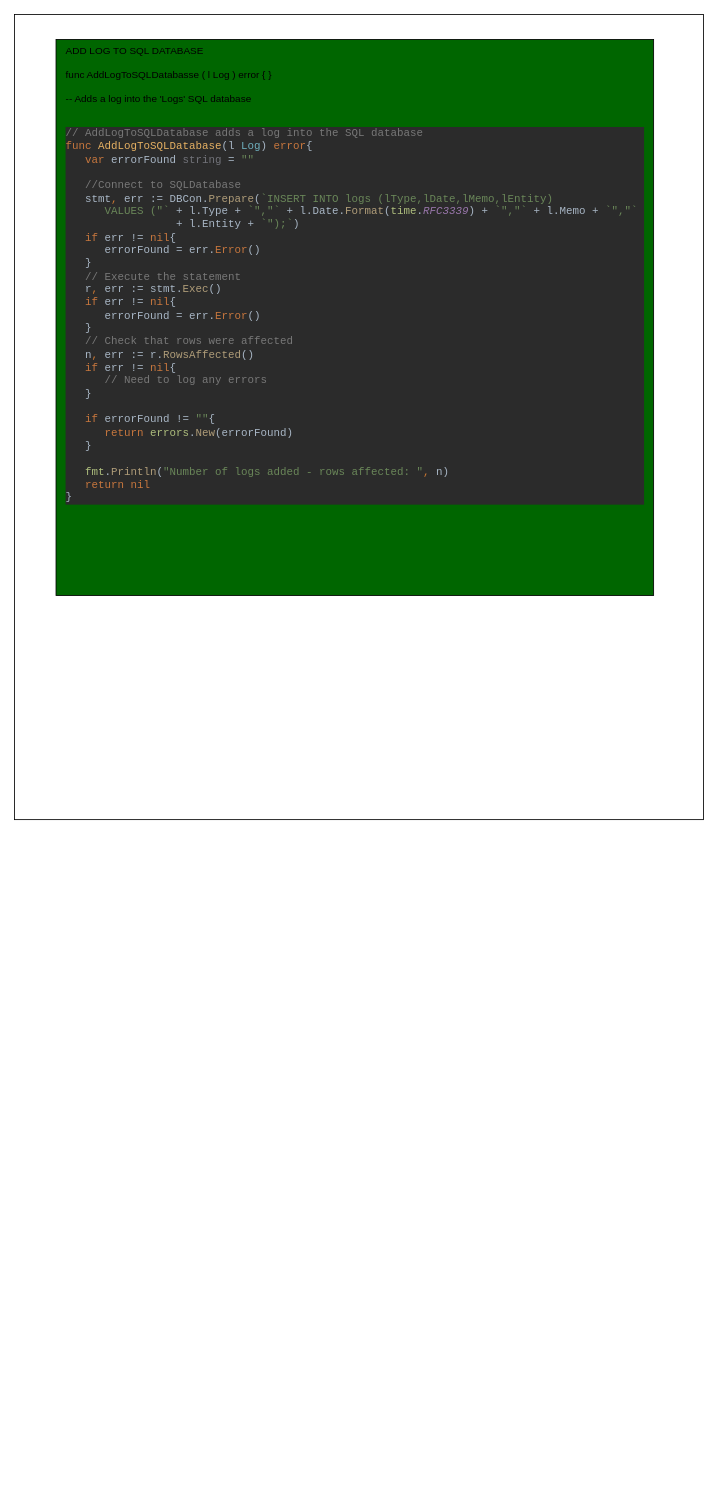
Before: LogsSQL.drawio in relicright/serverdrawing, a draw.io diagram. Source tidied: cells renumbered, new cells numbered last; positions are measured from the earlier drawing's top-left corner, leaving out a move shared by most shapes. Both pictures are drawn from the tidied source at 83%, with x=0, y=0 at pixel (14, 14).
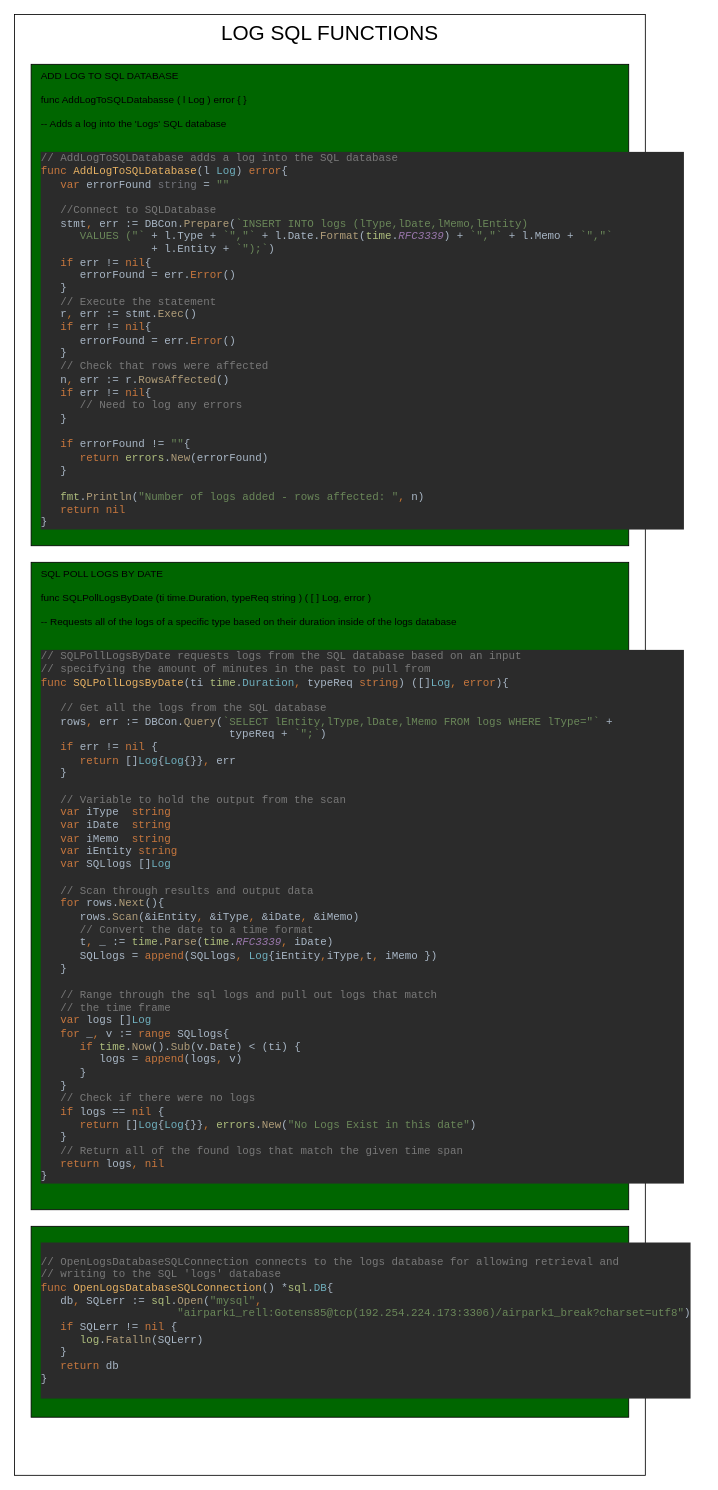
The same page after the edit.

The edit, as a diff of the source:
```diff
@@
 <mxGraphModel>
   <root>
     <mxCell id="0" />
     <mxCell id="1" parent="0" />
-    <mxCell id="2" style="rounded=0;whiteSpace=wrap;html=1;" parent="1" vertex="1">
-      <mxGeometry width="830" height="970" as="geometry" />
+    <mxCell id="2" value="&lt;font style=&quot;font-size: 25px&quot;&gt;LOG SQL FUNCTIONS&lt;/font&gt;" style="rounded=0;whiteSpace=wrap;html=1;verticalAlign=top;" parent="1" vertex="1">
+      <mxGeometry width="760" height="1760" as="geometry" />
     </mxCell>
-    <mxCell id="3" value="&lt;div&gt;ADD LOG TO SQL DATABASE&lt;br&gt;&lt;/div&gt;&lt;div&gt;&lt;br&gt;&lt;/div&gt;&lt;div&gt;func AddLogToSQLDatabasse ( l Log ) error { }&lt;br&gt;&lt;/div&gt;&lt;div&gt;&lt;br&gt;&lt;/div&gt;&lt;div&gt;-- Adds a log into the 'Logs' SQL database&lt;br&gt;&lt;/div&gt;&lt;div&gt;&lt;br&gt;&lt;/div&gt;&lt;div&gt;&lt;pre style=&quot;background-color: #2b2b2b ; color: #a9b7c6 ; font-family: &amp;#34;consolas&amp;#34; ; font-size: 9.8pt&quot;&gt;&lt;span style=&quot;color: #787878&quot;&gt;// AddLogToSQLDatabase adds a log into the SQL database&lt;br&gt;&lt;/span&gt;&lt;span style=&quot;color: #c7773e&quot;&gt;func &lt;/span&gt;&lt;span style=&quot;color: #e6b163&quot;&gt;AddLogToSQLDatabase&lt;/span&gt;(l &lt;span style=&quot;color: #6fafbd&quot;&gt;Log&lt;/span&gt;) &lt;span style=&quot;color: #c7773e&quot;&gt;error&lt;/span&gt;{&lt;br&gt;   &lt;span style=&quot;color: #c7773e&quot;&gt;var &lt;/span&gt;errorFound &lt;span style=&quot;color: #72737a&quot;&gt;string &lt;/span&gt;= &lt;span style=&quot;color: #6a8759&quot;&gt;&quot;&quot;&lt;br&gt;&lt;/span&gt;&lt;span style=&quot;color: #6a8759&quot;&gt;&lt;br&gt;&lt;/span&gt;&lt;span style=&quot;color: #6a8759&quot;&gt;   &lt;/span&gt;&lt;span style=&quot;color: #787878&quot;&gt;//Connect to SQLDatabase&lt;br&gt;&lt;/span&gt;&lt;span style=&quot;color: #787878&quot;&gt;   &lt;/span&gt;stmt&lt;span style=&quot;color: #cc7832&quot;&gt;, &lt;/span&gt;err := DBCon.&lt;span style=&quot;color: #b09d79&quot;&gt;Prepare&lt;/span&gt;(&lt;span style=&quot;color: #6a8759&quot;&gt;`INSERT INTO logs (lType,lDate,lMemo,lEntity)&lt;br&gt;&lt;/span&gt;&lt;span style=&quot;color: #6a8759&quot;&gt;      VALUES (&quot;` &lt;/span&gt;+ l.Type + &lt;span style=&quot;color: #6a8759&quot;&gt;`&quot;,&quot;` &lt;/span&gt;+ l.Date.&lt;span style=&quot;color: #b09d79&quot;&gt;Format&lt;/span&gt;(&lt;span style=&quot;color: #afbf7e&quot;&gt;time&lt;/span&gt;.&lt;span style=&quot;color: #9876aa ; font-style: italic&quot;&gt;RFC3339&lt;/span&gt;) + &lt;span style=&quot;color: #6a8759&quot;&gt;`&quot;,&quot;` &lt;/span&gt;+ l.Memo + &lt;span style=&quot;color: #6a8759&quot;&gt;`&quot;,&quot;` &lt;br&gt;&lt;/span&gt;                 + l.Entity + &lt;span style=&quot;color: #6a8759&quot;&gt;`&quot;);`&lt;/span&gt;)&lt;br&gt;   &lt;span style=&quot;color: #c7773e&quot;&gt;if &lt;/span&gt;err != &lt;span style=&quot;color: #c7773e&quot;&gt;nil&lt;/span&gt;{&lt;br&gt;      errorFound = err.&lt;span style=&quot;color: #c7773e&quot;&gt;Error&lt;/span&gt;()&lt;br&gt;   }&lt;br&gt;   &lt;span style=&quot;color: #787878&quot;&gt;// Execute the statement&lt;br&gt;&lt;/span&gt;&lt;span style=&quot;color: #787878&quot;&gt;   &lt;/span&gt;r&lt;span style=&quot;color: #cc7832&quot;&gt;, &lt;/span&gt;err := stmt.&lt;span style=&quot;color: #b09d79&quot;&gt;Exec&lt;/span&gt;()&lt;br&gt;   &lt;span style=&quot;color: #c7773e&quot;&gt;if &lt;/span&gt;err != &lt;span style=&quot;color: #c7773e&quot;&gt;nil&lt;/span&gt;{&lt;br&gt;      errorFound = err.&lt;span style=&quot;color: #c7773e&quot;&gt;Error&lt;/span&gt;()&lt;br&gt;   }&lt;br&gt;   &lt;span style=&quot;color: #787878&quot;&gt;// Check that rows were affected&lt;br&gt;&lt;/span&gt;&lt;span style=&quot;color: #787878&quot;&gt;   &lt;/span&gt;n&lt;span style=&quot;color: #cc7832&quot;&gt;, &lt;/span&gt;err := r.&lt;span style=&quot;color: #b09d79&quot;&gt;RowsAffected&lt;/span&gt;()&lt;br&gt;   &lt;span style=&quot;color: #c7773e&quot;&gt;if &lt;/span&gt;err != &lt;span style=&quot;color: #c7773e&quot;&gt;nil&lt;/span&gt;{&lt;br&gt;      &lt;span style=&quot;color: #787878&quot;&gt;// Need to log any errors&lt;br&gt;&lt;/span&gt;&lt;span style=&quot;color: #787878&quot;&gt;   &lt;/span&gt;}&lt;br&gt;&lt;br&gt;   &lt;span style=&quot;color: #c7773e&quot;&gt;if &lt;/span&gt;errorFound != &lt;span style=&quot;color: #6a8759&quot;&gt;&quot;&quot;&lt;/span&gt;{&lt;br&gt;      &lt;span style=&quot;color: #c7773e&quot;&gt;return &lt;/span&gt;&lt;span style=&quot;color: #afbf7e&quot;&gt;errors&lt;/span&gt;.&lt;span style=&quot;color: #b09d79&quot;&gt;New&lt;/span&gt;(errorFound)&lt;br&gt;   }&lt;br&gt;&lt;br&gt;   &lt;span style=&quot;color: #afbf7e&quot;&gt;fmt&lt;/span&gt;.&lt;span style=&quot;color: #b09d79&quot;&gt;Println&lt;/span&gt;(&lt;span style=&quot;color: #6a8759&quot;&gt;&quot;Number of logs added - rows affected: &quot;&lt;/span&gt;&lt;span style=&quot;color: #cc7832&quot;&gt;, &lt;/span&gt;n)&lt;br&gt;   &lt;span style=&quot;color: #c7773e&quot;&gt;return nil&lt;br&gt;&lt;/span&gt;}&lt;/pre&gt;&lt;/div&gt;&lt;div&gt;&lt;br&gt;&lt;br&gt;&lt;/div&gt;" style="rounded=0;whiteSpace=wrap;html=1;fillColor=#006600;align=left;verticalAlign=top;spacingLeft=10;" parent="1" vertex="1">
-      <mxGeometry x="50" y="30" width="720" height="670" as="geometry" />
+    <mxCell id="3" value="&lt;div&gt;ADD LOG TO SQL DATABASE&lt;br&gt;&lt;/div&gt;&lt;div&gt;&lt;br&gt;&lt;/div&gt;&lt;div&gt;func AddLogToSQLDatabasse ( l Log ) error { }&lt;br&gt;&lt;/div&gt;&lt;div&gt;&lt;br&gt;&lt;/div&gt;&lt;div&gt;-- Adds a log into the 'Logs' SQL database&lt;br&gt;&lt;/div&gt;&lt;div&gt;&lt;br&gt;&lt;/div&gt;&lt;div&gt;&lt;pre style=&quot;background-color: #2b2b2b ; color: #a9b7c6 ; font-family: &amp;#34;consolas&amp;#34; ; font-size: 9.8pt&quot;&gt;&lt;span style=&quot;color: #787878&quot;&gt;// AddLogToSQLDatabase adds a log into the SQL database&lt;br&gt;&lt;/span&gt;&lt;span style=&quot;color: #c7773e&quot;&gt;func &lt;/span&gt;&lt;span style=&quot;color: #e6b163&quot;&gt;AddLogToSQLDatabase&lt;/span&gt;(l &lt;span style=&quot;color: #6fafbd&quot;&gt;Log&lt;/span&gt;) &lt;span style=&quot;color: #c7773e&quot;&gt;error&lt;/span&gt;{&lt;br&gt;   &lt;span style=&quot;color: #c7773e&quot;&gt;var &lt;/span&gt;errorFound &lt;span style=&quot;color: #72737a&quot;&gt;string &lt;/span&gt;= &lt;span style=&quot;color: #6a8759&quot;&gt;&quot;&quot;&lt;br&gt;&lt;/span&gt;&lt;span style=&quot;color: #6a8759&quot;&gt;&lt;br&gt;&lt;/span&gt;&lt;span style=&quot;color: #6a8759&quot;&gt;   &lt;/span&gt;&lt;span style=&quot;color: #787878&quot;&gt;//Connect to SQLDatabase&lt;br&gt;&lt;/span&gt;&lt;span style=&quot;color: #787878&quot;&gt;   &lt;/span&gt;stmt&lt;span style=&quot;color: #cc7832&quot;&gt;, &lt;/span&gt;err := DBCon.&lt;span style=&quot;color: #b09d79&quot;&gt;Prepare&lt;/span&gt;(&lt;span style=&quot;color: #6a8759&quot;&gt;`INSERT INTO logs (lType,lDate,lMemo,lEntity)&lt;br&gt;&lt;/span&gt;&lt;span style=&quot;color: #6a8759&quot;&gt;      VALUES (&quot;` &lt;/span&gt;+ l.Type + &lt;span style=&quot;color: #6a8759&quot;&gt;`&quot;,&quot;` &lt;/span&gt;+ l.Date.&lt;span style=&quot;color: #b09d79&quot;&gt;Format&lt;/span&gt;(&lt;span style=&quot;color: #afbf7e&quot;&gt;time&lt;/span&gt;.&lt;span style=&quot;color: #9876aa ; font-style: italic&quot;&gt;RFC3339&lt;/span&gt;) + &lt;span style=&quot;color: #6a8759&quot;&gt;`&quot;,&quot;` &lt;/span&gt;+ l.Memo + &lt;span style=&quot;color: #6a8759&quot;&gt;`&quot;,&quot;`           &lt;br&gt;&lt;/span&gt;                 + l.Entity + &lt;span style=&quot;color: #6a8759&quot;&gt;`&quot;);`&lt;/span&gt;)&lt;br&gt;   &lt;span style=&quot;color: #c7773e&quot;&gt;if &lt;/span&gt;err != &lt;span style=&quot;color: #c7773e&quot;&gt;nil&lt;/span&gt;{&lt;br&gt;      errorFound = err.&lt;span style=&quot;color: #c7773e&quot;&gt;Error&lt;/span&gt;()&lt;br&gt;   }&lt;br&gt;   &lt;span style=&quot;color: #787878&quot;&gt;// Execute the statement&lt;br&gt;&lt;/span&gt;&lt;span style=&quot;color: #787878&quot;&gt;   &lt;/span&gt;r&lt;span style=&quot;color: #cc7832&quot;&gt;, &lt;/span&gt;err := stmt.&lt;span style=&quot;color: #b09d79&quot;&gt;Exec&lt;/span&gt;()&lt;br&gt;   &lt;span style=&quot;color: #c7773e&quot;&gt;if &lt;/span&gt;err != &lt;span style=&quot;color: #c7773e&quot;&gt;nil&lt;/span&gt;{&lt;br&gt;      errorFound = err.&lt;span style=&quot;color: #c7773e&quot;&gt;Error&lt;/span&gt;()&lt;br&gt;   }&lt;br&gt;   &lt;span style=&quot;color: #787878&quot;&gt;// Check that rows were affected&lt;br&gt;&lt;/span&gt;&lt;span style=&quot;color: #787878&quot;&gt;   &lt;/span&gt;n&lt;span style=&quot;color: #cc7832&quot;&gt;, &lt;/span&gt;err := r.&lt;span style=&quot;color: #b09d79&quot;&gt;RowsAffected&lt;/span&gt;()&lt;br&gt;   &lt;span style=&quot;color: #c7773e&quot;&gt;if &lt;/span&gt;err != &lt;span style=&quot;color: #c7773e&quot;&gt;nil&lt;/span&gt;{&lt;br&gt;      &lt;span style=&quot;color: #787878&quot;&gt;// Need to log any errors&lt;br&gt;&lt;/span&gt;&lt;span style=&quot;color: #787878&quot;&gt;   &lt;/span&gt;}&lt;br&gt;&lt;br&gt;   &lt;span style=&quot;color: #c7773e&quot;&gt;if &lt;/span&gt;errorFound != &lt;span style=&quot;color: #6a8759&quot;&gt;&quot;&quot;&lt;/span&gt;{&lt;br&gt;      &lt;span style=&quot;color: #c7773e&quot;&gt;return &lt;/span&gt;&lt;span style=&quot;color: #afbf7e&quot;&gt;errors&lt;/span&gt;.&lt;span style=&quot;color: #b09d79&quot;&gt;New&lt;/span&gt;(errorFound)&lt;br&gt;   }&lt;br&gt;&lt;br&gt;   &lt;span style=&quot;color: #afbf7e&quot;&gt;fmt&lt;/span&gt;.&lt;span style=&quot;color: #b09d79&quot;&gt;Println&lt;/span&gt;(&lt;span style=&quot;color: #6a8759&quot;&gt;&quot;Number of logs added - rows affected: &quot;&lt;/span&gt;&lt;span style=&quot;color: #cc7832&quot;&gt;, &lt;/span&gt;n)&lt;br&gt;   &lt;span style=&quot;color: #c7773e&quot;&gt;return nil&lt;br&gt;&lt;/span&gt;}&lt;/pre&gt;&lt;/div&gt;&lt;div&gt;&lt;br&gt;&lt;br&gt;&lt;/div&gt;" style="rounded=0;whiteSpace=wrap;html=1;fillColor=#006600;align=left;verticalAlign=top;spacingLeft=10;" parent="1" vertex="1">
+      <mxGeometry x="20" y="60" width="720" height="580" as="geometry" />
     </mxCell>
+    <mxCell id="4" value="&lt;div&gt;SQL POLL LOGS BY DATE&lt;br&gt;&lt;/div&gt;&lt;div&gt;&lt;br&gt;&lt;/div&gt;&lt;div&gt;func SQLPollLogsByDate (ti time.Duration, typeReq string ) ( [ ] Log, error )&lt;br&gt;&lt;/div&gt;&lt;div&gt;&lt;br&gt;&lt;/div&gt;&lt;div&gt;-- Requests all of the logs of a specific type based on their duration inside of the logs database&lt;br&gt;&lt;/div&gt;&lt;div&gt;&lt;br&gt;&lt;/div&gt;&lt;div&gt;&lt;pre style=&quot;background-color: #2b2b2b ; color: #a9b7c6 ; font-family: &amp;#34;consolas&amp;#34; ; font-size: 9.8pt&quot;&gt;&lt;span style=&quot;color: #787878&quot;&gt;// SQLPollLogsByDate requests logs from the SQL database based on an input&lt;br&gt;&lt;/span&gt;&lt;span style=&quot;color: #787878&quot;&gt;// specifying the amount of minutes in the past to pull from&lt;br&gt;&lt;/span&gt;&lt;span style=&quot;color: #c7773e&quot;&gt;func &lt;/span&gt;&lt;span style=&quot;color: #e6b163&quot;&gt;SQLPollLogsByDate&lt;/span&gt;(ti &lt;span style=&quot;color: #afbf7e&quot;&gt;time&lt;/span&gt;.&lt;span style=&quot;color: #6fafbd&quot;&gt;Duration&lt;/span&gt;&lt;span style=&quot;color: #cc7832&quot;&gt;, &lt;/span&gt;typeReq &lt;span style=&quot;color: #c7773e&quot;&gt;string&lt;/span&gt;) ([]&lt;span style=&quot;color: #6fafbd&quot;&gt;Log&lt;/span&gt;&lt;span style=&quot;color: #cc7832&quot;&gt;, &lt;/span&gt;&lt;span style=&quot;color: #c7773e&quot;&gt;error&lt;/span&gt;){&lt;br&gt;&lt;br&gt;   &lt;span style=&quot;color: #787878&quot;&gt;// Get all the logs from the SQL database&lt;br&gt;&lt;/span&gt;&lt;span style=&quot;color: #787878&quot;&gt;   &lt;/span&gt;rows&lt;span style=&quot;color: #cc7832&quot;&gt;, &lt;/span&gt;err := DBCon.&lt;span style=&quot;color: #b09d79&quot;&gt;Query&lt;/span&gt;(&lt;span style=&quot;color: #6a8759&quot;&gt;`SELECT lEntity,lType,lDate,lMemo FROM logs WHERE lType=&quot;` &lt;/span&gt;+           &lt;br&gt;                             typeReq + &lt;span style=&quot;color: #6a8759&quot;&gt;`&quot;;`&lt;/span&gt;)&lt;br&gt;   &lt;span style=&quot;color: #c7773e&quot;&gt;if &lt;/span&gt;err != &lt;span style=&quot;color: #c7773e&quot;&gt;nil &lt;/span&gt;{&lt;br&gt;      &lt;span style=&quot;color: #c7773e&quot;&gt;return &lt;/span&gt;[]&lt;span style=&quot;color: #6fafbd&quot;&gt;Log&lt;/span&gt;{&lt;span style=&quot;color: #6fafbd&quot;&gt;Log&lt;/span&gt;{}}&lt;span style=&quot;color: #cc7832&quot;&gt;, &lt;/span&gt;err&lt;br&gt;   }&lt;br&gt;&lt;br&gt;   &lt;span style=&quot;color: #787878&quot;&gt;// Variable to hold the output from the scan&lt;br&gt;&lt;/span&gt;&lt;span style=&quot;color: #787878&quot;&gt;   &lt;/span&gt;&lt;span style=&quot;color: #c7773e&quot;&gt;var &lt;/span&gt;iType  &lt;span style=&quot;color: #c7773e&quot;&gt;string&lt;br&gt;&lt;/span&gt;&lt;span style=&quot;color: #c7773e&quot;&gt;   var &lt;/span&gt;iDate  &lt;span style=&quot;color: #c7773e&quot;&gt;string&lt;br&gt;&lt;/span&gt;&lt;span style=&quot;color: #c7773e&quot;&gt;   var &lt;/span&gt;iMemo  &lt;span style=&quot;color: #c7773e&quot;&gt;string&lt;br&gt;&lt;/span&gt;&lt;span style=&quot;color: #c7773e&quot;&gt;   var &lt;/span&gt;iEntity &lt;span style=&quot;color: #c7773e&quot;&gt;string&lt;br&gt;&lt;/span&gt;&lt;span style=&quot;color: #c7773e&quot;&gt;   var &lt;/span&gt;SQLlogs []&lt;span style=&quot;color: #6fafbd&quot;&gt;Log&lt;br&gt;&lt;/span&gt;&lt;span style=&quot;color: #6fafbd&quot;&gt;&lt;br&gt;&lt;/span&gt;&lt;span style=&quot;color: #6fafbd&quot;&gt;   &lt;/span&gt;&lt;span style=&quot;color: #787878&quot;&gt;// Scan through results and output data&lt;br&gt;&lt;/span&gt;&lt;span style=&quot;color: #787878&quot;&gt;   &lt;/span&gt;&lt;span style=&quot;color: #c7773e&quot;&gt;for &lt;/span&gt;rows.&lt;span style=&quot;color: #b09d79&quot;&gt;Next&lt;/span&gt;(){&lt;br&gt;      rows.&lt;span style=&quot;color: #b09d79&quot;&gt;Scan&lt;/span&gt;(&amp;amp;iEntity&lt;span style=&quot;color: #cc7832&quot;&gt;, &lt;/span&gt;&amp;amp;iType&lt;span style=&quot;color: #cc7832&quot;&gt;, &lt;/span&gt;&amp;amp;iDate&lt;span style=&quot;color: #cc7832&quot;&gt;, &lt;/span&gt;&amp;amp;iMemo)&lt;br&gt;      &lt;span style=&quot;color: #787878&quot;&gt;// Convert the date to a time format&lt;br&gt;&lt;/span&gt;&lt;span style=&quot;color: #787878&quot;&gt;      &lt;/span&gt;t&lt;span style=&quot;color: #cc7832&quot;&gt;, &lt;/span&gt;_ := &lt;span style=&quot;color: #afbf7e&quot;&gt;time&lt;/span&gt;.&lt;span style=&quot;color: #b09d79&quot;&gt;Parse&lt;/span&gt;(&lt;span style=&quot;color: #afbf7e&quot;&gt;time&lt;/span&gt;.&lt;span style=&quot;color: #9876aa ; font-style: italic&quot;&gt;RFC3339&lt;/span&gt;&lt;span style=&quot;color: #cc7832&quot;&gt;, &lt;/span&gt;iDate)&lt;br&gt;      SQLlogs = &lt;span style=&quot;color: #c7773e&quot;&gt;append&lt;/span&gt;(SQLlogs&lt;span style=&quot;color: #cc7832&quot;&gt;, &lt;/span&gt;&lt;span style=&quot;color: #6fafbd&quot;&gt;Log&lt;/span&gt;{iEntity&lt;span style=&quot;color: #cc7832&quot;&gt;,&lt;/span&gt;iType&lt;span style=&quot;color: #cc7832&quot;&gt;,&lt;/span&gt;t&lt;span style=&quot;color: #cc7832&quot;&gt;, &lt;/span&gt;iMemo })&lt;br&gt;   }&lt;br&gt;&lt;br&gt;   &lt;span style=&quot;color: #787878&quot;&gt;// Range through the sql logs and pull out logs that match&lt;br&gt;&lt;/span&gt;&lt;span style=&quot;color: #787878&quot;&gt;   // the time frame&lt;br&gt;&lt;/span&gt;&lt;span style=&quot;color: #787878&quot;&gt;   &lt;/span&gt;&lt;span style=&quot;color: #c7773e&quot;&gt;var &lt;/span&gt;logs []&lt;span style=&quot;color: #6fafbd&quot;&gt;Log&lt;br&gt;&lt;/span&gt;&lt;span style=&quot;color: #6fafbd&quot;&gt;   &lt;/span&gt;&lt;span style=&quot;color: #c7773e&quot;&gt;for &lt;/span&gt;_&lt;span style=&quot;color: #cc7832&quot;&gt;, &lt;/span&gt;v := &lt;span style=&quot;color: #c7773e&quot;&gt;range &lt;/span&gt;SQLlogs{&lt;br&gt;      &lt;span style=&quot;color: #c7773e&quot;&gt;if &lt;/span&gt;&lt;span style=&quot;color: #afbf7e&quot;&gt;time&lt;/span&gt;.&lt;span style=&quot;color: #b09d79&quot;&gt;Now&lt;/span&gt;().&lt;span style=&quot;color: #b09d79&quot;&gt;Sub&lt;/span&gt;(v.Date) &amp;lt; (ti) {&lt;br&gt;         logs = &lt;span style=&quot;color: #c7773e&quot;&gt;append&lt;/span&gt;(logs&lt;span style=&quot;color: #cc7832&quot;&gt;, &lt;/span&gt;v)&lt;br&gt;      }&lt;br&gt;   }&lt;br&gt;   &lt;span style=&quot;color: #787878&quot;&gt;// Check if there were no logs&lt;br&gt;&lt;/span&gt;&lt;span style=&quot;color: #787878&quot;&gt;   &lt;/span&gt;&lt;span style=&quot;color: #c7773e&quot;&gt;if &lt;/span&gt;logs == &lt;span style=&quot;color: #c7773e&quot;&gt;nil &lt;/span&gt;{&lt;br&gt;      &lt;span style=&quot;color: #c7773e&quot;&gt;return &lt;/span&gt;[]&lt;span style=&quot;color: #6fafbd&quot;&gt;Log&lt;/span&gt;{&lt;span style=&quot;color: #6fafbd&quot;&gt;Log&lt;/span&gt;{}}&lt;span style=&quot;color: #cc7832&quot;&gt;, &lt;/span&gt;&lt;span style=&quot;color: #afbf7e&quot;&gt;errors&lt;/span&gt;.&lt;span style=&quot;color: #b09d79&quot;&gt;New&lt;/span&gt;(&lt;span style=&quot;color: #6a8759&quot;&gt;&quot;No Logs Exist in this date&quot;&lt;/span&gt;)&lt;br&gt;   }&lt;br&gt;   &lt;span style=&quot;color: #787878&quot;&gt;// Return all of the found logs that match the given time span&lt;br&gt;&lt;/span&gt;&lt;span style=&quot;color: #787878&quot;&gt;   &lt;/span&gt;&lt;span style=&quot;color: #c7773e&quot;&gt;return &lt;/span&gt;logs&lt;span style=&quot;color: #cc7832&quot;&gt;, &lt;/span&gt;&lt;span style=&quot;color: #c7773e&quot;&gt;nil&lt;br&gt;&lt;/span&gt;}&lt;/pre&gt;&lt;/div&gt;&lt;div&gt;&lt;br&gt;&lt;br&gt;&lt;/div&gt;" style="rounded=0;whiteSpace=wrap;html=1;fillColor=#006600;align=left;verticalAlign=top;spacingLeft=10;" parent="1" vertex="1">
+      <mxGeometry x="20" y="660" width="720" height="780" as="geometry" />
+    </mxCell>
+    <mxCell id="5" value="&lt;pre style=&quot;background-color: #2b2b2b ; color: #a9b7c6 ; font-family: &amp;#34;consolas&amp;#34; ; font-size: 9.8pt&quot;&gt;&lt;br&gt;&lt;span style=&quot;color: #c7773e&quot;&gt;&lt;span style=&quot;color: #787878&quot;&gt;// OpenLogsDatabaseSQLConnection connects to the logs database for allowing retrieval and&lt;br&gt;&lt;/span&gt;&lt;span style=&quot;color: #787878&quot;&gt;// writing to the SQL 'logs' database&lt;br&gt;&lt;/span&gt;func &lt;/span&gt;&lt;span style=&quot;color: #e6b163&quot;&gt;OpenLogsDatabaseSQLConnection&lt;/span&gt;() *&lt;span style=&quot;color: #afbf7e&quot;&gt;sql&lt;/span&gt;.&lt;span style=&quot;color: #6fafbd&quot;&gt;DB&lt;/span&gt;{&lt;br&gt;   db&lt;span style=&quot;color: #cc7832&quot;&gt;, &lt;/span&gt;SQLerr := &lt;span style=&quot;color: #afbf7e&quot;&gt;sql&lt;/span&gt;.&lt;span style=&quot;color: #b09d79&quot;&gt;Open&lt;/span&gt;(&lt;span style=&quot;color: #6a8759&quot;&gt;&quot;mysql&quot;&lt;/span&gt;&lt;span style=&quot;color: #cc7832&quot;&gt;, &lt;/span&gt;&lt;span style=&quot;color: #6a8759&quot;&gt;&lt;br&gt;                     &quot;airpark1_rell:Gotens85@tcp(192.254.224.173:3306)/airpark1_break?charset=utf8&quot;&lt;/span&gt;)&lt;br&gt;   &lt;span style=&quot;color: #c7773e&quot;&gt;if &lt;/span&gt;SQLerr != &lt;span style=&quot;color: #c7773e&quot;&gt;nil &lt;/span&gt;{&lt;br&gt;      &lt;span style=&quot;color: #afbf7e&quot;&gt;log&lt;/span&gt;.&lt;span style=&quot;color: #b09d79&quot;&gt;Fatalln&lt;/span&gt;(SQLerr)&lt;br&gt;   }&lt;br&gt;   &lt;span style=&quot;color: #c7773e&quot;&gt;return &lt;/span&gt;db&lt;br&gt;}&lt;br&gt;&lt;br&gt;&lt;/pre&gt;" style="rounded=0;whiteSpace=wrap;html=1;fillColor=#006600;align=left;verticalAlign=top;spacingLeft=10;" parent="1" vertex="1">
+      <mxGeometry x="20" y="1460" width="720" height="230" as="geometry" />
+    </mxCell>
   </root>
 </mxGraphModel>
```
